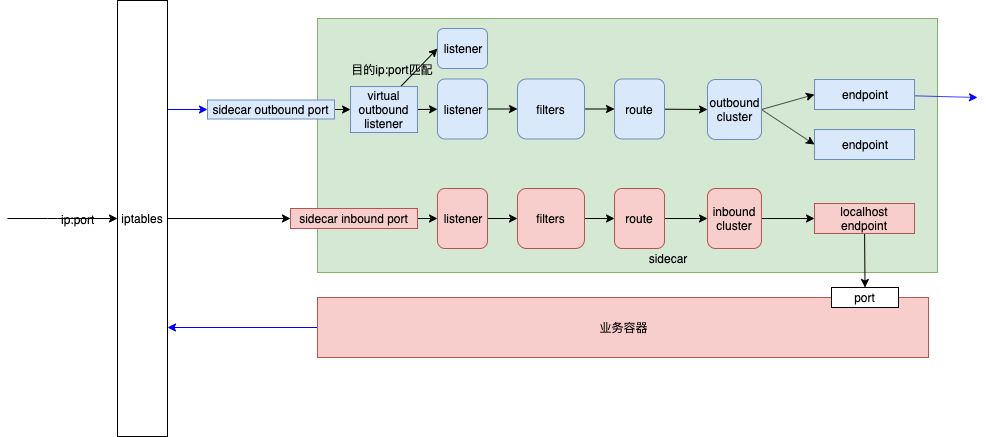
Earlier version of the draw.io export public/upload/practice/istio_envoy_flow.png (qiankunli/qiankunli.github.io). Source tidied: cells renumbered, new cells last; positions are measured from the earlier drawing's top-left corner, leaving out a move shared by most shapes.
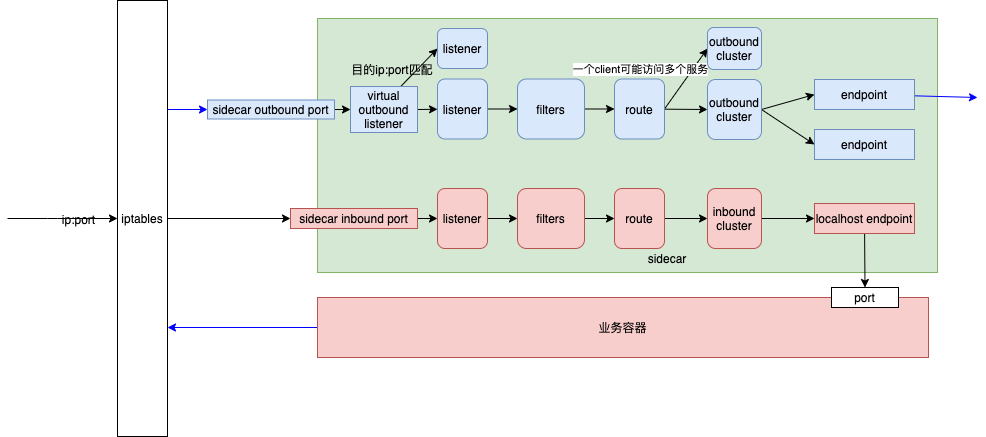
Later version of the same file.

Change to the diagram source:
```diff
@@ -113,6 +113,14 @@
     <mxCell id="36" style="edgeStyle=none;rounded=0;jettySize=auto;html=1;entryX=0;entryY=0.5;entryDx=0;entryDy=0;strokeColor=#000000;" parent="1" edge="1" source="37" target="13">
       <mxGeometry relative="1" as="geometry" />
     </mxCell>
+    <mxCell id="44" style="rounded=0;jettySize=auto;html=1;exitX=1;exitY=0.5;exitDx=0;exitDy=0;entryX=0;entryY=0.5;entryDx=0;entryDy=0;" parent="1" edge="1" source="37" target="46">
+      <mxGeometry relative="1" as="geometry" />
+    </mxCell>
+    <mxCell id="45" value="一个client可能访问多个服务" style="edgeLabel;html=1;align=center;verticalAlign=middle;" parent="44" vertex="1">
+      <mxGeometry x="0.04" relative="1" as="geometry">
+        <mxPoint x="-47" y="-8.5" as="offset" />
+      </mxGeometry>
+    </mxCell>
     <mxCell id="37" value="route" style="rounded=1;whiteSpace=wrap;html=1;fillColor=#dae8fc;strokeColor=#6c8ebf;" parent="1" vertex="1">
       <mxGeometry x="607" y="78.5" width="50" height="60" as="geometry" />
     </mxCell>
@@ -139,5 +147,8 @@
         </Array>
       </mxGeometry>
     </mxCell>
+    <mxCell id="46" value="outbound&lt;br&gt;cluster" style="rounded=1;whiteSpace=wrap;html=1;fillColor=#dae8fc;strokeColor=#6c8ebf;" parent="1" vertex="1">
+      <mxGeometry x="700" y="27" width="54" height="42" as="geometry" />
+    </mxCell>
   </root>
 </mxGraphModel>
```
